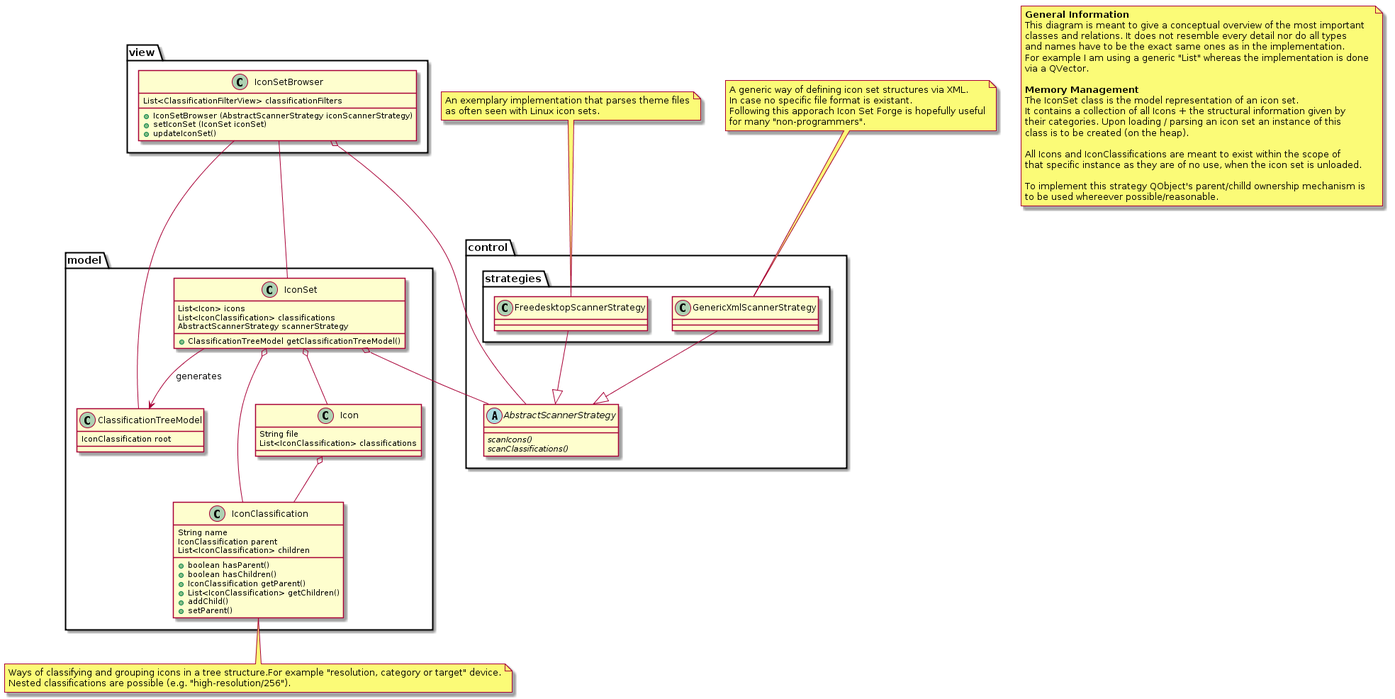
This is Concept/classes.png from Manuel-Kehl/Icon-Set-Forge, a PlantUML export, as it was before one commit.
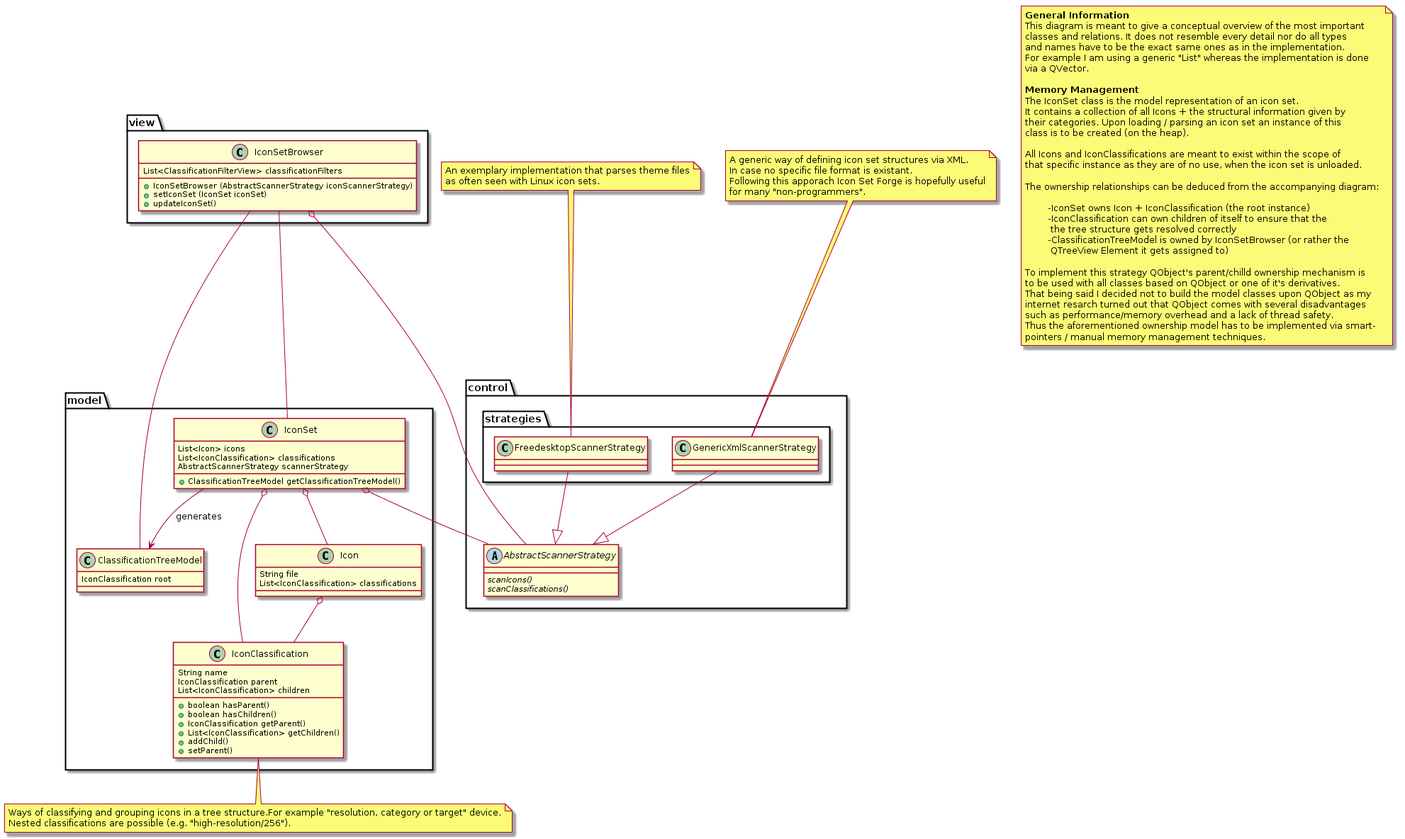
After the commit.

Commit message:
Clarified that the usage of QObject is only meant to be applied on classes that are derived from QObject anyways.

Diff of the diagram source:
```diff
@@ -17,9 +17,23 @@
 All Icons and IconClassifications are meant to exist within the scope of
 that specific instance as they are of no use, when the icon set is unloaded.
 
+The ownership relationships can be deduced from the accompanying diagram:
+
+	-IconSet owns Icon + IconClassification (the root instance)
+	-IconClassification can own children of itself to ensure that the
+	 the tree structure gets resolved correctly
+	-ClassificationTreeModel is owned by IconSetBrowser (or rather the
+	 QTreeView Element it gets assigned to)
+
 To implement this strategy QObject's parent/chilld ownership mechanism is
-to be used whereever possible/reasonable.
+to be used with all classes based on QObject or one of it's derivatives.
+That being said I decided not to build the model classes upon QObject as my
+internet resarch turned out that QObject comes with several disadvantages
+such as performance/memory overhead and a lack of thread safety.
+Thus the aforementioned ownership model has to be implemented via smart-
+pointers / manual memory management techniques.
 end note
+
 
 package control {
 	abstract class AbstractScannerStrategy {
```
